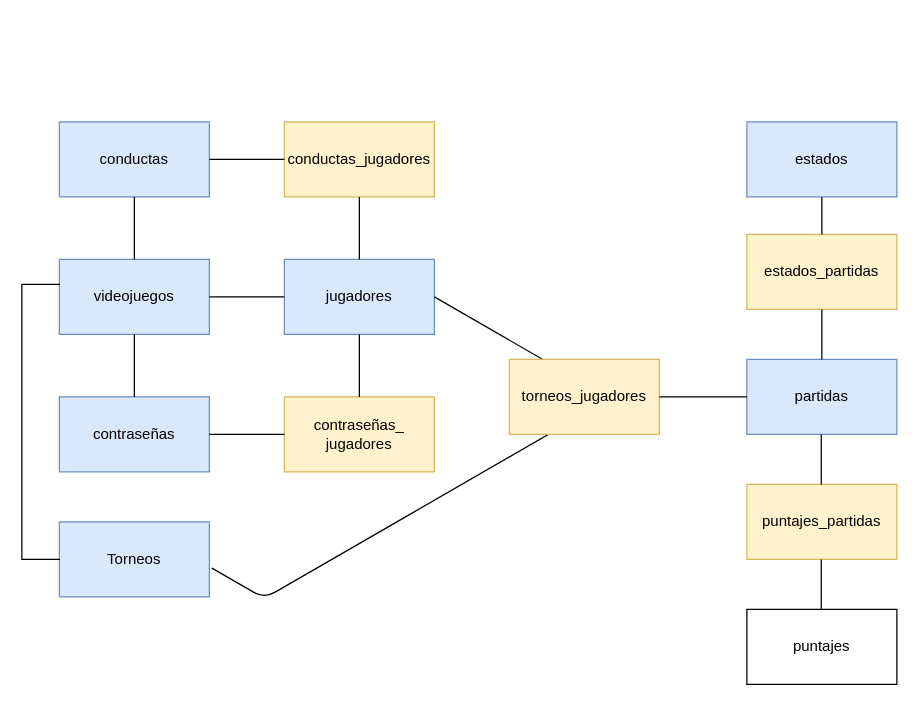
Earlier version of the draw.io diagram diagramas/Martillzos.drawio (carpenaloza/basic_repo). Source tidied: cells renumbered, new cells numbered last; positions are measured from the earlier drawing's top-left corner, leaving out a move shared by most shapes. Both pictures are drawn from the tidied source at 125%, with x=0, y=0 at pixel (-98, 121).
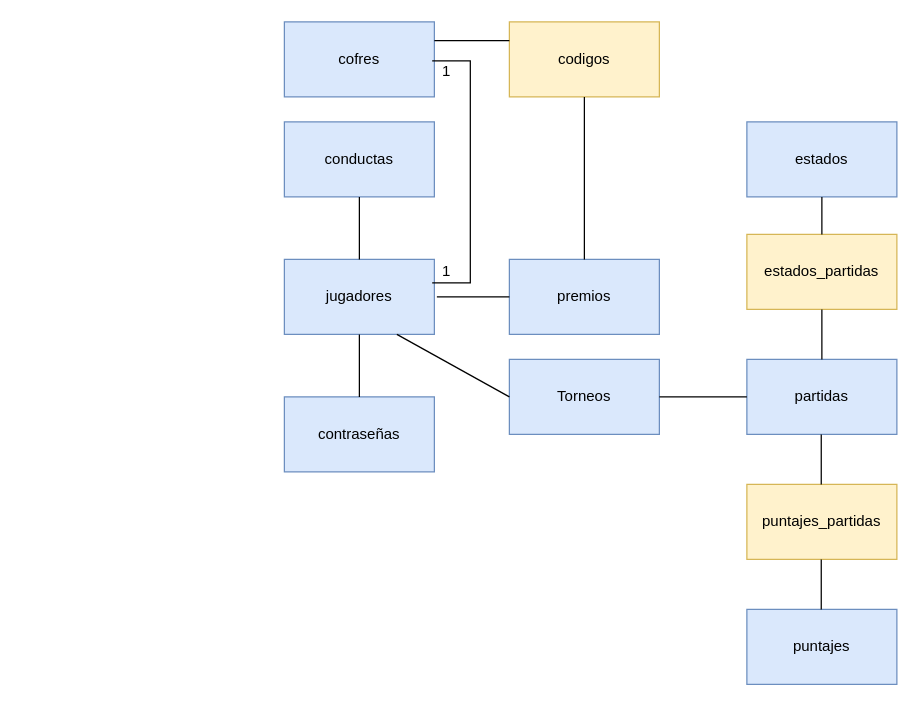
Above is the later version.

The change refers to these unchanged cells:
```xml
<mxCell id="4" value="jugadores" style="rounded=0;whiteSpace=wrap;html=1;fillColor=#dae8fc;strokeColor=#6c8ebf;" parent="1" vertex="1">
  <mxGeometry x="305" y="110" width="120" height="60" as="geometry" />
</mxCell>
<mxCell id="19" value="partidas" style="rounded=0;whiteSpace=wrap;html=1;fillColor=#dae8fc;strokeColor=#6c8ebf;" parent="1" vertex="1">
  <mxGeometry x="675" y="190" width="120" height="60" as="geometry" />
</mxCell>
```

Diff of the diagram source:
```diff
@@
-    <mxCell id="2" value="videojuegos" style="rounded=0;whiteSpace=wrap;html=1;fillColor=#dae8fc;strokeColor=#6c8ebf;" parent="1" vertex="1">
-      <mxGeometry x="125" y="110" width="120" height="60" as="geometry" />
-    </mxCell>
     <mxCell id="3" value="conductas" style="rounded=0;whiteSpace=wrap;html=1;fillColor=#dae8fc;strokeColor=#6c8ebf;" parent="1" vertex="1">
-      <mxGeometry x="125" width="120" height="60" as="geometry" />
+      <mxGeometry x="305" width="120" height="60" as="geometry" />
     </mxCell>
@@
-    <mxCell id="5" value="contraseñas" style="rounded=0;whiteSpace=wrap;html=1;fillColor=#dae8fc;strokeColor=#6c8ebf;" parent="1" vertex="1">
-      <mxGeometry x="125" y="220" width="120" height="60" as="geometry" />
-    </mxCell>
-    <mxCell id="6" style="endArrow=none;html=1;entryX=0.5;entryY=0;entryDx=0;entryDy=0;" parent="1" edge="1" source="3" target="2">
-      <mxGeometry relative="1" as="geometry" />
-    </mxCell>
-    <mxCell id="7" value="conductas_jugadores" style="rounded=0;whiteSpace=wrap;html=1;fillColor=#fff2cc;strokeColor=#d6b656;" parent="1" vertex="1">
-      <mxGeometry x="305" width="120" height="60" as="geometry" />
-    </mxCell>
-    <mxCell id="8" style="endArrow=none;html=1;entryX=1;entryY=0.5;entryDx=0;entryDy=0;exitX=0;exitY=0.5;exitDx=0;exitDy=0;" parent="1" edge="1" source="7" target="3">
-      <mxGeometry relative="1" as="geometry" />
-    </mxCell>
-    <mxCell id="9" style="endArrow=none;html=1;entryX=0.5;entryY=1;entryDx=0;entryDy=0;exitX=0.5;exitY=0;exitDx=0;exitDy=0;" parent="1" edge="1" source="4" target="7">
-      <mxGeometry relative="1" as="geometry" />
+    <mxCell id="9" style="endArrow=none;html=1;entryX=0.5;entryY=1;entryDx=0;entryDy=0;exitX=0.5;exitY=0;exitDx=0;exitDy=0;" parent="1" edge="1" source="4">
+      <mxGeometry relative="1" as="geometry">
+        <mxPoint x="365" y="60" as="targetPoint" />
+      </mxGeometry>
     </mxCell>
-    <mxCell id="10" style="endArrow=none;html=1;entryX=1;entryY=0.5;entryDx=0;entryDy=0;exitX=0;exitY=0.5;exitDx=0;exitDy=0;" parent="1" edge="1" source="4" target="2">
-      <mxGeometry relative="1" as="geometry" />
-    </mxCell>
-    <mxCell id="11" style="endArrow=none;html=1;entryX=0.5;entryY=1;entryDx=0;entryDy=0;" parent="1" edge="1" target="2">
-      <mxGeometry relative="1" as="geometry">
-        <mxPoint x="185" y="220" as="sourcePoint" />
-      </mxGeometry>
-    </mxCell>
-    <mxCell id="12" value="&lt;div&gt;contraseñas_&lt;/div&gt;&lt;div&gt;jugadores&lt;br&gt;&lt;/div&gt;" style="rounded=0;whiteSpace=wrap;html=1;fillColor=#fff2cc;strokeColor=#d6b656;" parent="1" vertex="1">
+    <mxCell id="12" value="&lt;div&gt;contraseñas&lt;/div&gt;" style="rounded=0;whiteSpace=wrap;html=1;fillColor=#dae8fc;strokeColor=#6c8ebf;" parent="1" vertex="1">
       <mxGeometry x="305" y="220" width="120" height="60" as="geometry" />
     </mxCell>
@@
-    <mxCell id="14" style="endArrow=none;html=1;entryX=1;entryY=0.5;entryDx=0;entryDy=0;exitX=0;exitY=0.5;exitDx=0;exitDy=0;" parent="1" edge="1" source="12" target="5">
-      <mxGeometry relative="1" as="geometry" />
-    </mxCell>
     <mxCell id="15" value="Torneos" style="rounded=0;whiteSpace=wrap;html=1;fillColor=#dae8fc;strokeColor=#6c8ebf;" parent="1" vertex="1">
-      <mxGeometry x="125" y="320" width="120" height="60" as="geometry" />
+      <mxGeometry x="485" y="190" width="120" height="60" as="geometry" />
     </mxCell>
-    <mxCell id="16" style="shape=partialRectangle;whiteSpace=wrap;html=1;bottom=1;right=1;left=1;top=0;fillColor=none;routingCenterX=-0.5;rotation=90;" parent="1" vertex="1">
-      <mxGeometry y="225" width="220" height="30" as="geometry" />
-    </mxCell>
-    <mxCell id="17" style="edgeStyle=isometricEdgeStyle;endArrow=none;html=1;elbow=vertical;exitX=1.017;exitY=0.617;exitDx=0;exitDy=0;exitPerimeter=0;entryX=1;entryY=0.5;entryDx=0;entryDy=0;" parent="1" edge="1" source="15" target="4">
-      <mxGeometry relative="1" as="geometry">
-        <Array as="points">
-          <mxPoint x="395" y="320" />
-        </Array>
-      </mxGeometry>
-    </mxCell>
-    <mxCell id="18" value="torneos_jugadores" style="rounded=0;whiteSpace=wrap;html=1;fillColor=#fff2cc;strokeColor=#d6b656;" parent="1" vertex="1">
-      <mxGeometry x="485" y="190" width="120" height="60" as="geometry" />
-    </mxCell>
@@
-    <mxCell id="24" style="endArrow=none;html=1;entryX=1;entryY=0.5;entryDx=0;entryDy=0;exitX=0;exitY=0.5;exitDx=0;exitDy=0;" parent="1" edge="1" source="19" target="18">
-      <mxGeometry relative="1" as="geometry" />
+    <mxCell id="24" style="endArrow=none;html=1;entryX=1;entryY=0.5;entryDx=0;entryDy=0;exitX=0;exitY=0.5;exitDx=0;exitDy=0;" parent="1" edge="1" source="19">
+      <mxGeometry relative="1" as="geometry">
+        <mxPoint x="605" y="220" as="targetPoint" />
+      </mxGeometry>
     </mxCell>
-    <mxCell id="25" value="puntajes" style="rounded=0;whiteSpace=wrap;html=1;" parent="1" vertex="1">
+    <mxCell id="25" value="puntajes" style="rounded=0;whiteSpace=wrap;html=1;fillColor=#dae8fc;strokeColor=#6c8ebf;" parent="1" vertex="1">
       <mxGeometry x="675" y="390" width="120" height="60" as="geometry" />
     </mxCell>
@@
+    <mxCell id="29" value="cofres" style="rounded=0;whiteSpace=wrap;html=1;fillColor=#dae8fc;strokeColor=#6c8ebf;" parent="1" vertex="1">
+      <mxGeometry x="305" y="-80" width="120" height="60" as="geometry" />
+    </mxCell>
+    <mxCell id="30" style="shape=partialRectangle;whiteSpace=wrap;html=1;bottom=1;right=1;left=1;top=0;fillColor=none;routingCenterX=-0.5;rotation=-90;" parent="1" vertex="1">
+      <mxGeometry x="350" y="25" width="177.5" height="30" as="geometry" />
+    </mxCell>
+    <mxCell id="31" value="premios" style="rounded=0;whiteSpace=wrap;html=1;fillColor=#dae8fc;strokeColor=#6c8ebf;" parent="1" vertex="1">
+      <mxGeometry x="485" y="110" width="120" height="60" as="geometry" />
+    </mxCell>
+    <mxCell id="32" value="1" style="text;html=1;strokeColor=none;fillColor=none;align=center;verticalAlign=middle;whiteSpace=wrap;rounded=0;" parent="1" vertex="1">
+      <mxGeometry x="415" y="110" width="40" height="20" as="geometry" />
+    </mxCell>
+    <mxCell id="33" value="1" style="text;html=1;strokeColor=none;fillColor=none;align=center;verticalAlign=middle;whiteSpace=wrap;rounded=0;" parent="1" vertex="1">
+      <mxGeometry x="415" y="-50" width="40" height="20" as="geometry" />
+    </mxCell>
+    <mxCell id="34" style="endArrow=none;html=1;exitX=0;exitY=0.5;exitDx=0;exitDy=0;" parent="1" edge="1" source="31">
+      <mxGeometry relative="1" as="geometry">
+        <mxPoint x="427" y="140" as="targetPoint" />
+      </mxGeometry>
+    </mxCell>
+    <mxCell id="17" style="endArrow=none;html=1;entryX=0.75;entryY=1;entryDx=0;entryDy=0;exitX=0;exitY=0.5;exitDx=0;exitDy=0;" parent="1" edge="1" source="15" target="4">
+      <mxGeometry relative="1" as="geometry" />
+    </mxCell>
+    <mxCell id="35" value="codigos" style="rounded=0;whiteSpace=wrap;html=1;fillColor=#fff2cc;strokeColor=#d6b656;" parent="1" vertex="1">
+      <mxGeometry x="485" y="-80" width="120" height="60" as="geometry" />
+    </mxCell>
+    <mxCell id="36" style="endArrow=none;html=1;entryX=0.5;entryY=1;entryDx=0;entryDy=0;exitX=0.5;exitY=0;exitDx=0;exitDy=0;" parent="1" edge="1" source="31" target="35">
+      <mxGeometry relative="1" as="geometry" />
+    </mxCell>
+    <mxCell id="37" style="endArrow=none;html=1;entryX=0;entryY=0.25;entryDx=0;entryDy=0;exitX=1;exitY=0.25;exitDx=0;exitDy=0;" parent="1" edge="1" source="29" target="35">
+      <mxGeometry relative="1" as="geometry" />
+    </mxCell>
```
